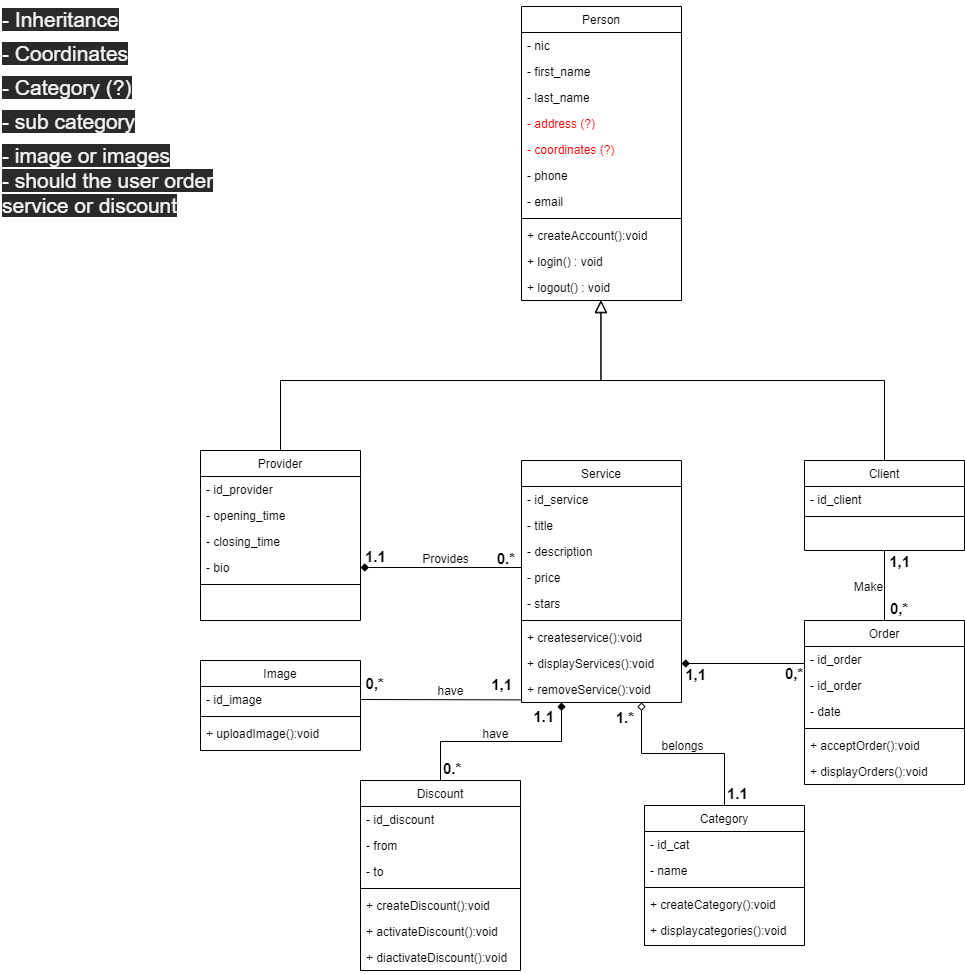
Above: class diagram.drawio.png in GHamza-Dev/wafin-design-and-conception (draw.io), before the change. Source tidied: cells renumbered, new cells last; positions are measured from the earlier drawing's top-left corner, leaving out a move shared by most shapes.
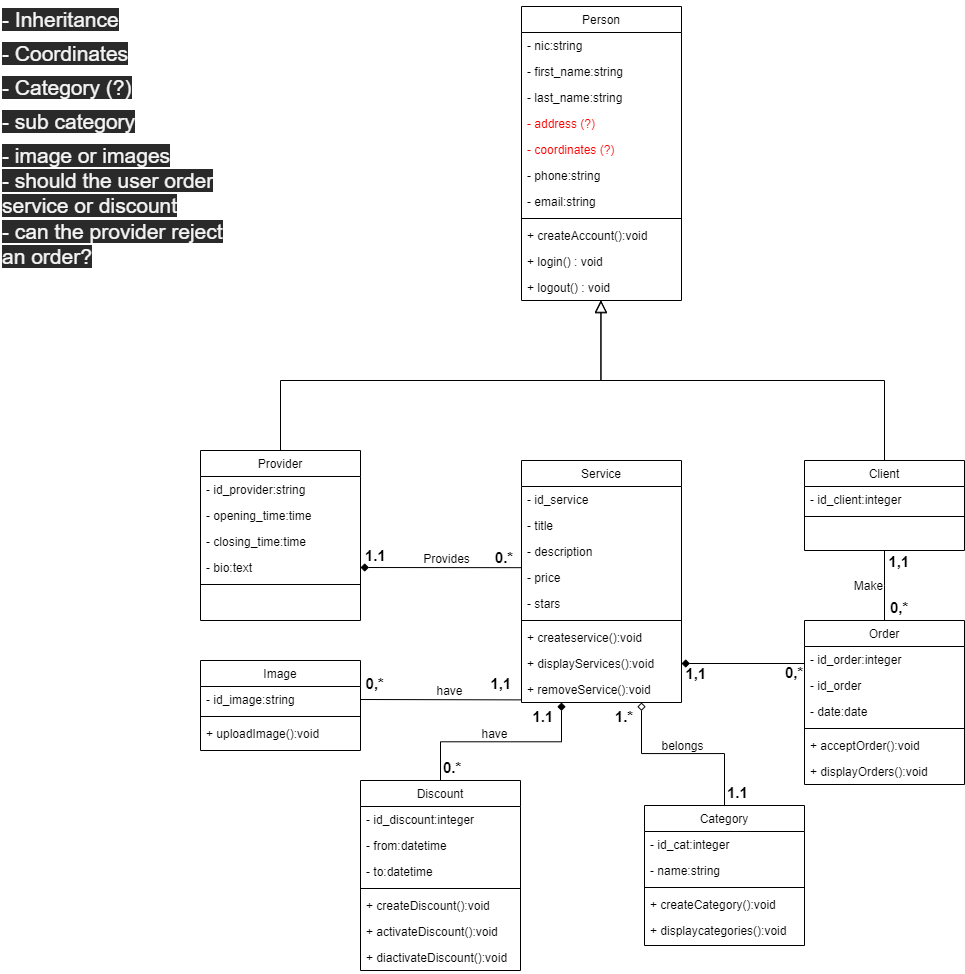
After the commit.

Commit message:
Add properties type

Diff of the diagram source:
```diff
@@ -5,16 +5,16 @@
     <mxCell id="2" value="Provider" style="swimlane;fontStyle=0;align=center;verticalAlign=top;horizontal=1;startSize=26;rounded=0;shadow=0;strokeWidth=1;" parent="1" vertex="1">
       <mxGeometry x="200" y="450" width="160" height="170" as="geometry" />
     </mxCell>
-    <mxCell id="3" value="- id_provider" style="text;align=left;verticalAlign=top;spacingLeft=4;spacingRight=4;overflow=hidden;" parent="2" vertex="1">
+    <mxCell id="3" value="- id_provider:string" style="text;align=left;verticalAlign=top;spacingLeft=4;spacingRight=4;overflow=hidden;" parent="2" vertex="1">
       <mxGeometry y="26" width="160" height="26" as="geometry" />
     </mxCell>
-    <mxCell id="4" value="- opening_time" style="text;align=left;verticalAlign=top;spacingLeft=4;spacingRight=4;overflow=hidden;rounded=0;shadow=0;html=0;" parent="2" vertex="1">
+    <mxCell id="4" value="- opening_time:time" style="text;align=left;verticalAlign=top;spacingLeft=4;spacingRight=4;overflow=hidden;rounded=0;shadow=0;html=0;" parent="2" vertex="1">
       <mxGeometry y="52" width="160" height="26" as="geometry" />
     </mxCell>
-    <mxCell id="5" value="- closing_time" style="text;align=left;verticalAlign=top;spacingLeft=4;spacingRight=4;overflow=hidden;rounded=0;shadow=0;html=0;" parent="2" vertex="1">
+    <mxCell id="5" value="- closing_time:time" style="text;align=left;verticalAlign=top;spacingLeft=4;spacingRight=4;overflow=hidden;rounded=0;shadow=0;html=0;" parent="2" vertex="1">
       <mxGeometry y="78" width="160" height="26" as="geometry" />
     </mxCell>
-    <mxCell id="6" value="- bio" style="text;align=left;verticalAlign=top;spacingLeft=4;spacingRight=4;overflow=hidden;points=[[0,0.5],[1,0.5]];portConstraint=eastwest;rounded=0;shadow=0;html=0;" parent="2" vertex="1">
+    <mxCell id="6" value="- bio:text" style="text;align=left;verticalAlign=top;spacingLeft=4;spacingRight=4;overflow=hidden;points=[[0,0.5],[1,0.5]];portConstraint=eastwest;rounded=0;shadow=0;html=0;" parent="2" vertex="1">
       <mxGeometry y="104" width="160" height="26" as="geometry" />
     </mxCell>
     <mxCell id="7" style="line;html=1;strokeWidth=1;align=left;verticalAlign=middle;spacingTop=-1;spacingLeft=3;spacingRight=3;labelPosition=right;" parent="2" vertex="1">
@@ -53,7 +53,7 @@
     <mxCell id="18" value="Client" style="swimlane;fontStyle=0;align=center;verticalAlign=top;horizontal=1;startSize=26;rounded=0;shadow=0;strokeWidth=1;" parent="1" vertex="1">
       <mxGeometry x="804" y="460" width="160" height="90" as="geometry" />
     </mxCell>
-    <mxCell id="19" value="- id_client" style="text;align=left;verticalAlign=top;spacingLeft=4;spacingRight=4;overflow=hidden;" parent="18" vertex="1">
+    <mxCell id="19" value="- id_client:integer" style="text;align=left;verticalAlign=top;spacingLeft=4;spacingRight=4;overflow=hidden;" parent="18" vertex="1">
       <mxGeometry y="26" width="160" height="26" as="geometry" />
     </mxCell>
     <mxCell id="20" style="line;html=1;strokeWidth=1;align=left;verticalAlign=middle;spacingTop=-1;spacingLeft=3;spacingRight=3;labelPosition=right;" parent="18" vertex="1">
@@ -62,13 +62,13 @@
     <mxCell id="21" value="Person" style="swimlane;fontStyle=0;align=center;verticalAlign=top;horizontal=1;startSize=26;rounded=0;shadow=0;strokeWidth=1;" parent="1" vertex="1">
       <mxGeometry x="521" y="6" width="160" height="294" as="geometry" />
     </mxCell>
-    <mxCell id="22" value="- nic" style="text;align=left;verticalAlign=top;spacingLeft=4;spacingRight=4;overflow=hidden;rounded=0;shadow=0;html=0;" parent="21" vertex="1">
+    <mxCell id="22" value="- nic:string" style="text;align=left;verticalAlign=top;spacingLeft=4;spacingRight=4;overflow=hidden;rounded=0;shadow=0;html=0;" parent="21" vertex="1">
       <mxGeometry y="26" width="160" height="26" as="geometry" />
     </mxCell>
-    <mxCell id="23" value="- first_name" style="text;align=left;verticalAlign=top;spacingLeft=4;spacingRight=4;overflow=hidden;rounded=0;shadow=0;html=0;" parent="21" vertex="1">
+    <mxCell id="23" value="- first_name:string" style="text;align=left;verticalAlign=top;spacingLeft=4;spacingRight=4;overflow=hidden;rounded=0;shadow=0;html=0;" parent="21" vertex="1">
       <mxGeometry y="52" width="160" height="26" as="geometry" />
     </mxCell>
-    <mxCell id="24" value="- last_name" style="text;align=left;verticalAlign=top;spacingLeft=4;spacingRight=4;overflow=hidden;rounded=0;shadow=0;html=0;" parent="21" vertex="1">
+    <mxCell id="24" value="- last_name:string" style="text;align=left;verticalAlign=top;spacingLeft=4;spacingRight=4;overflow=hidden;rounded=0;shadow=0;html=0;" parent="21" vertex="1">
       <mxGeometry y="78" width="160" height="26" as="geometry" />
     </mxCell>
     <mxCell id="25" value="- address (?)" style="text;align=left;verticalAlign=top;spacingLeft=4;spacingRight=4;overflow=hidden;rounded=0;shadow=0;html=0;fontColor=#FF0000;" parent="21" vertex="1">
@@ -77,10 +77,10 @@
     <mxCell id="26" value="- coordinates (?)" style="text;align=left;verticalAlign=top;spacingLeft=4;spacingRight=4;overflow=hidden;rounded=0;shadow=0;html=0;fontColor=#FF0000;" parent="21" vertex="1">
       <mxGeometry y="130" width="160" height="26" as="geometry" />
     </mxCell>
-    <mxCell id="27" value="- phone" style="text;align=left;verticalAlign=top;spacingLeft=4;spacingRight=4;overflow=hidden;rounded=0;shadow=0;html=0;" parent="21" vertex="1">
+    <mxCell id="27" value="- phone:string" style="text;align=left;verticalAlign=top;spacingLeft=4;spacingRight=4;overflow=hidden;rounded=0;shadow=0;html=0;" parent="21" vertex="1">
       <mxGeometry y="156" width="160" height="26" as="geometry" />
     </mxCell>
-    <mxCell id="28" value="- email" style="text;align=left;verticalAlign=top;spacingLeft=4;spacingRight=4;overflow=hidden;rounded=0;shadow=0;html=0;" parent="21" vertex="1">
+    <mxCell id="28" value="- email:string" style="text;align=left;verticalAlign=top;spacingLeft=4;spacingRight=4;overflow=hidden;rounded=0;shadow=0;html=0;" parent="21" vertex="1">
       <mxGeometry y="182" width="160" height="26" as="geometry" />
     </mxCell>
     <mxCell id="29" style="line;html=1;strokeWidth=1;align=left;verticalAlign=middle;spacingTop=-1;spacingLeft=3;spacingRight=3;labelPosition=right;" parent="21" vertex="1">
@@ -113,13 +113,13 @@
     <mxCell id="35" value="Discount" style="swimlane;fontStyle=0;align=center;verticalAlign=top;horizontal=1;startSize=26;rounded=0;shadow=0;strokeWidth=1;" parent="1" vertex="1">
       <mxGeometry x="360" y="780" width="160" height="190" as="geometry" />
     </mxCell>
-    <mxCell id="36" value="- id_discount" style="text;align=left;verticalAlign=top;spacingLeft=4;spacingRight=4;overflow=hidden;" parent="35" vertex="1">
+    <mxCell id="36" value="- id_discount:integer" style="text;align=left;verticalAlign=top;spacingLeft=4;spacingRight=4;overflow=hidden;" parent="35" vertex="1">
       <mxGeometry y="26" width="160" height="26" as="geometry" />
     </mxCell>
-    <mxCell id="37" value="- from" style="text;align=left;verticalAlign=top;spacingLeft=4;spacingRight=4;overflow=hidden;rounded=0;shadow=0;html=0;" parent="35" vertex="1">
+    <mxCell id="37" value="- from:datetime" style="text;align=left;verticalAlign=top;spacingLeft=4;spacingRight=4;overflow=hidden;rounded=0;shadow=0;html=0;" parent="35" vertex="1">
       <mxGeometry y="52" width="160" height="26" as="geometry" />
     </mxCell>
-    <mxCell id="38" value="- to" style="text;align=left;verticalAlign=top;spacingLeft=4;spacingRight=4;overflow=hidden;rounded=0;shadow=0;html=0;" parent="35" vertex="1">
+    <mxCell id="38" value="- to:datetime" style="text;align=left;verticalAlign=top;spacingLeft=4;spacingRight=4;overflow=hidden;rounded=0;shadow=0;html=0;" parent="35" vertex="1">
       <mxGeometry y="78" width="160" height="26" as="geometry" />
     </mxCell>
     <mxCell id="39" style="line;html=1;strokeWidth=1;align=left;verticalAlign=middle;spacingTop=-1;spacingLeft=3;spacingRight=3;labelPosition=right;" parent="35" vertex="1">
@@ -137,10 +137,10 @@
     <mxCell id="43" value="Category" style="swimlane;fontStyle=0;align=center;verticalAlign=top;horizontal=1;startSize=26;rounded=0;shadow=0;strokeWidth=1;" parent="1" vertex="1">
       <mxGeometry x="644" y="805" width="160" height="140" as="geometry" />
     </mxCell>
-    <mxCell id="44" value="- id_cat" style="text;align=left;verticalAlign=top;spacingLeft=4;spacingRight=4;overflow=hidden;" parent="43" vertex="1">
+    <mxCell id="44" value="- id_cat:integer" style="text;align=left;verticalAlign=top;spacingLeft=4;spacingRight=4;overflow=hidden;" parent="43" vertex="1">
       <mxGeometry y="26" width="160" height="26" as="geometry" />
     </mxCell>
-    <mxCell id="45" value="- name" style="text;align=left;verticalAlign=top;spacingLeft=4;spacingRight=4;overflow=hidden;rounded=0;shadow=0;html=0;" parent="43" vertex="1">
+    <mxCell id="45" value="- name:string" style="text;align=left;verticalAlign=top;spacingLeft=4;spacingRight=4;overflow=hidden;rounded=0;shadow=0;html=0;" parent="43" vertex="1">
       <mxGeometry y="52" width="160" height="26" as="geometry" />
     </mxCell>
     <mxCell id="46" style="line;html=1;strokeWidth=1;align=left;verticalAlign=middle;spacingTop=-1;spacingLeft=3;spacingRight=3;labelPosition=right;" parent="43" vertex="1">
@@ -195,13 +195,13 @@
     <mxCell id="57" value="Order" style="swimlane;fontStyle=0;align=center;verticalAlign=top;horizontal=1;startSize=26;rounded=0;shadow=0;strokeWidth=1;" parent="1" vertex="1">
       <mxGeometry x="804" y="620" width="160" height="164" as="geometry" />
     </mxCell>
-    <mxCell id="58" value="- id_order" style="text;align=left;verticalAlign=top;spacingLeft=4;spacingRight=4;overflow=hidden;" parent="57" vertex="1">
+    <mxCell id="58" value="- id_order:integer" style="text;align=left;verticalAlign=top;spacingLeft=4;spacingRight=4;overflow=hidden;" parent="57" vertex="1">
       <mxGeometry y="26" width="160" height="26" as="geometry" />
     </mxCell>
     <mxCell id="59" value="- id_order" style="text;align=left;verticalAlign=top;spacingLeft=4;spacingRight=4;overflow=hidden;points=[[0,0.5],[1,0.5]];portConstraint=eastwest;" parent="57" vertex="1">
       <mxGeometry y="52" width="160" height="26" as="geometry" />
     </mxCell>
-    <mxCell id="60" value="- date" style="text;align=left;verticalAlign=top;spacingLeft=4;spacingRight=4;overflow=hidden;" parent="57" vertex="1">
+    <mxCell id="60" value="- date:date" style="text;align=left;verticalAlign=top;spacingLeft=4;spacingRight=4;overflow=hidden;" parent="57" vertex="1">
       <mxGeometry y="78" width="160" height="26" as="geometry" />
     </mxCell>
     <mxCell id="61" style="line;html=1;strokeWidth=1;align=left;verticalAlign=middle;spacingTop=-1;spacingLeft=3;spacingRight=3;labelPosition=right;" parent="57" vertex="1">
@@ -216,7 +216,7 @@
     <mxCell id="64" value="Image" style="swimlane;fontStyle=0;align=center;verticalAlign=top;horizontal=1;startSize=26;rounded=0;shadow=0;strokeWidth=1;" parent="1" vertex="1">
       <mxGeometry x="200" y="660" width="160" height="90" as="geometry" />
     </mxCell>
-    <mxCell id="65" value="- id_image" style="text;align=left;verticalAlign=top;spacingLeft=4;spacingRight=4;overflow=hidden;points=[[0,0.5],[1,0.5]];portConstraint=eastwest;" parent="64" vertex="1">
+    <mxCell id="65" value="- id_image:string" style="text;align=left;verticalAlign=top;spacingLeft=4;spacingRight=4;overflow=hidden;points=[[0,0.5],[1,0.5]];portConstraint=eastwest;" parent="64" vertex="1">
       <mxGeometry y="26" width="160" height="26" as="geometry" />
     </mxCell>
     <mxCell id="66" style="line;html=1;strokeWidth=1;align=left;verticalAlign=middle;spacingTop=-1;spacingLeft=3;spacingRight=3;labelPosition=right;" parent="64" vertex="1">
@@ -266,7 +266,7 @@
         <mxPoint x="32" y="18" as="offset" />
       </mxGeometry>
     </mxCell>
-    <mxCell id="76" value="&lt;font color=&quot;#f5f5f5&quot;&gt;&lt;span style=&quot;font-family: &amp;#34;helvetica&amp;#34; ; font-size: 21px ; font-style: normal ; font-weight: 400 ; letter-spacing: normal ; text-align: center ; text-indent: 0px ; text-transform: none ; word-spacing: 0px ; background-color: rgb(42 , 42 , 42) ; display: inline ; float: none&quot;&gt;- Inheritance&lt;/span&gt;&lt;br style=&quot;font-family: &amp;#34;helvetica&amp;#34; ; font-size: 21px ; font-style: normal ; font-weight: 400 ; letter-spacing: normal ; text-align: center ; text-indent: 0px ; text-transform: none ; word-spacing: 0px ; background-color: rgb(42 , 42 , 42)&quot;&gt;&lt;span style=&quot;font-family: &amp;#34;helvetica&amp;#34; ; font-size: 21px ; font-style: normal ; font-weight: 400 ; letter-spacing: normal ; text-align: center ; text-indent: 0px ; text-transform: none ; word-spacing: 0px ; background-color: rgb(42 , 42 , 42) ; display: inline ; float: none&quot;&gt;- Coordinates&lt;/span&gt;&lt;br style=&quot;font-family: &amp;#34;helvetica&amp;#34; ; font-size: 21px ; font-style: normal ; font-weight: 400 ; letter-spacing: normal ; text-align: center ; text-indent: 0px ; text-transform: none ; word-spacing: 0px ; background-color: rgb(42 , 42 , 42)&quot;&gt;&lt;span style=&quot;font-family: &amp;#34;helvetica&amp;#34; ; font-size: 21px ; font-style: normal ; font-weight: 400 ; letter-spacing: normal ; text-align: center ; text-indent: 0px ; text-transform: none ; word-spacing: 0px ; background-color: rgb(42 , 42 , 42) ; display: inline ; float: none&quot;&gt;- Category (?)&lt;/span&gt;&lt;br style=&quot;font-family: &amp;#34;helvetica&amp;#34; ; font-size: 21px ; font-style: normal ; font-weight: 400 ; letter-spacing: normal ; text-align: center ; text-indent: 0px ; text-transform: none ; word-spacing: 0px ; background-color: rgb(42 , 42 , 42)&quot;&gt;&lt;span style=&quot;font-family: &amp;#34;helvetica&amp;#34; ; font-size: 21px ; font-style: normal ; font-weight: 400 ; letter-spacing: normal ; text-align: center ; text-indent: 0px ; text-transform: none ; word-spacing: 0px ; background-color: rgb(42 , 42 , 42) ; display: inline ; float: none&quot;&gt;- sub category&lt;/span&gt;&lt;br style=&quot;font-family: &amp;#34;helvetica&amp;#34; ; font-size: 21px ; font-style: normal ; font-weight: 400 ; letter-spacing: normal ; text-align: center ; text-indent: 0px ; text-transform: none ; word-spacing: 0px ; background-color: rgb(42 , 42 , 42)&quot;&gt;&lt;span style=&quot;font-family: &amp;#34;helvetica&amp;#34; ; font-size: 21px ; font-style: normal ; font-weight: 400 ; letter-spacing: normal ; text-align: center ; text-indent: 0px ; text-transform: none ; word-spacing: 0px ; background-color: rgb(42 , 42 , 42) ; display: inline ; float: none&quot;&gt;- image or images&lt;br&gt;- should the user order service or discount&lt;br&gt;&lt;/span&gt;&lt;/font&gt;" style="text;whiteSpace=wrap;html=1;fontColor=#000000;" parent="1" vertex="1">
+    <mxCell id="76" value="&lt;font color=&quot;#f5f5f5&quot;&gt;&lt;span style=&quot;font-family: &amp;#34;helvetica&amp;#34; ; font-size: 21px ; font-style: normal ; font-weight: 400 ; letter-spacing: normal ; text-align: center ; text-indent: 0px ; text-transform: none ; word-spacing: 0px ; background-color: rgb(42 , 42 , 42) ; display: inline ; float: none&quot;&gt;- Inheritance&lt;/span&gt;&lt;br style=&quot;font-family: &amp;#34;helvetica&amp;#34; ; font-size: 21px ; font-style: normal ; font-weight: 400 ; letter-spacing: normal ; text-align: center ; text-indent: 0px ; text-transform: none ; word-spacing: 0px ; background-color: rgb(42 , 42 , 42)&quot;&gt;&lt;span style=&quot;font-family: &amp;#34;helvetica&amp;#34; ; font-size: 21px ; font-style: normal ; font-weight: 400 ; letter-spacing: normal ; text-align: center ; text-indent: 0px ; text-transform: none ; word-spacing: 0px ; background-color: rgb(42 , 42 , 42) ; display: inline ; float: none&quot;&gt;- Coordinates&lt;/span&gt;&lt;br style=&quot;font-family: &amp;#34;helvetica&amp;#34; ; font-size: 21px ; font-style: normal ; font-weight: 400 ; letter-spacing: normal ; text-align: center ; text-indent: 0px ; text-transform: none ; word-spacing: 0px ; background-color: rgb(42 , 42 , 42)&quot;&gt;&lt;span style=&quot;font-family: &amp;#34;helvetica&amp;#34; ; font-size: 21px ; font-style: normal ; font-weight: 400 ; letter-spacing: normal ; text-align: center ; text-indent: 0px ; text-transform: none ; word-spacing: 0px ; background-color: rgb(42 , 42 , 42) ; display: inline ; float: none&quot;&gt;- Category (?)&lt;/span&gt;&lt;br style=&quot;font-family: &amp;#34;helvetica&amp;#34; ; font-size: 21px ; font-style: normal ; font-weight: 400 ; letter-spacing: normal ; text-align: center ; text-indent: 0px ; text-transform: none ; word-spacing: 0px ; background-color: rgb(42 , 42 , 42)&quot;&gt;&lt;span style=&quot;font-family: &amp;#34;helvetica&amp;#34; ; font-size: 21px ; font-style: normal ; font-weight: 400 ; letter-spacing: normal ; text-align: center ; text-indent: 0px ; text-transform: none ; word-spacing: 0px ; background-color: rgb(42 , 42 , 42) ; display: inline ; float: none&quot;&gt;- sub category&lt;/span&gt;&lt;br style=&quot;font-family: &amp;#34;helvetica&amp;#34; ; font-size: 21px ; font-style: normal ; font-weight: 400 ; letter-spacing: normal ; text-align: center ; text-indent: 0px ; text-transform: none ; word-spacing: 0px ; background-color: rgb(42 , 42 , 42)&quot;&gt;&lt;span style=&quot;font-family: &amp;#34;helvetica&amp;#34; ; font-size: 21px ; font-style: normal ; font-weight: 400 ; letter-spacing: normal ; text-align: center ; text-indent: 0px ; text-transform: none ; word-spacing: 0px ; background-color: rgb(42 , 42 , 42) ; display: inline ; float: none&quot;&gt;- image or images&lt;br&gt;- should the user order service or discount&lt;br&gt;- can the provider reject an order?&lt;br&gt;&lt;/span&gt;&lt;/font&gt;" style="text;whiteSpace=wrap;html=1;fontColor=#000000;" parent="1" vertex="1">
       <mxGeometry width="250" height="250" as="geometry" />
     </mxCell>
     <mxCell id="77" style="endArrow=none;shadow=0;strokeWidth=1;rounded=0;endFill=0;edgeStyle=elbowEdgeStyle;elbow=vertical;startArrow=diamond;startFill=1;exitX=1;exitY=0.5;exitDx=0;exitDy=0;" parent="1" edge="1" source="6" target="12">
```
